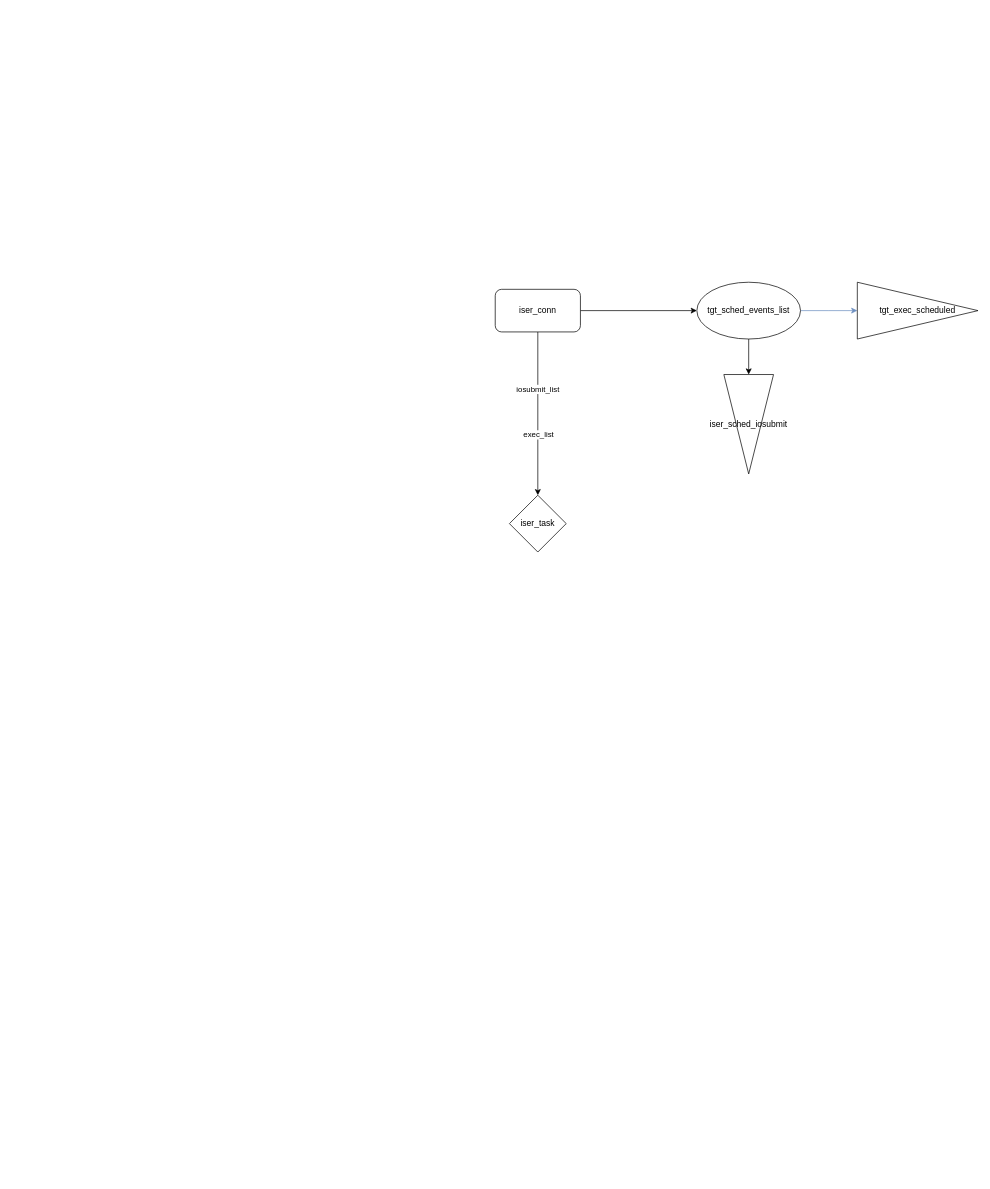
Before: 未命名绘图.drawio in SetpOnGround/Drift-Bottle, a draw.io diagram. Source tidied: cells renumbered, new cells numbered last; positions are measured from the earlier drawing's top-left corner, leaving out a move shared by most shapes. Both pictures are drawn from the tidied source at 71%, with x=0, y=0 at pixel (495, 282).
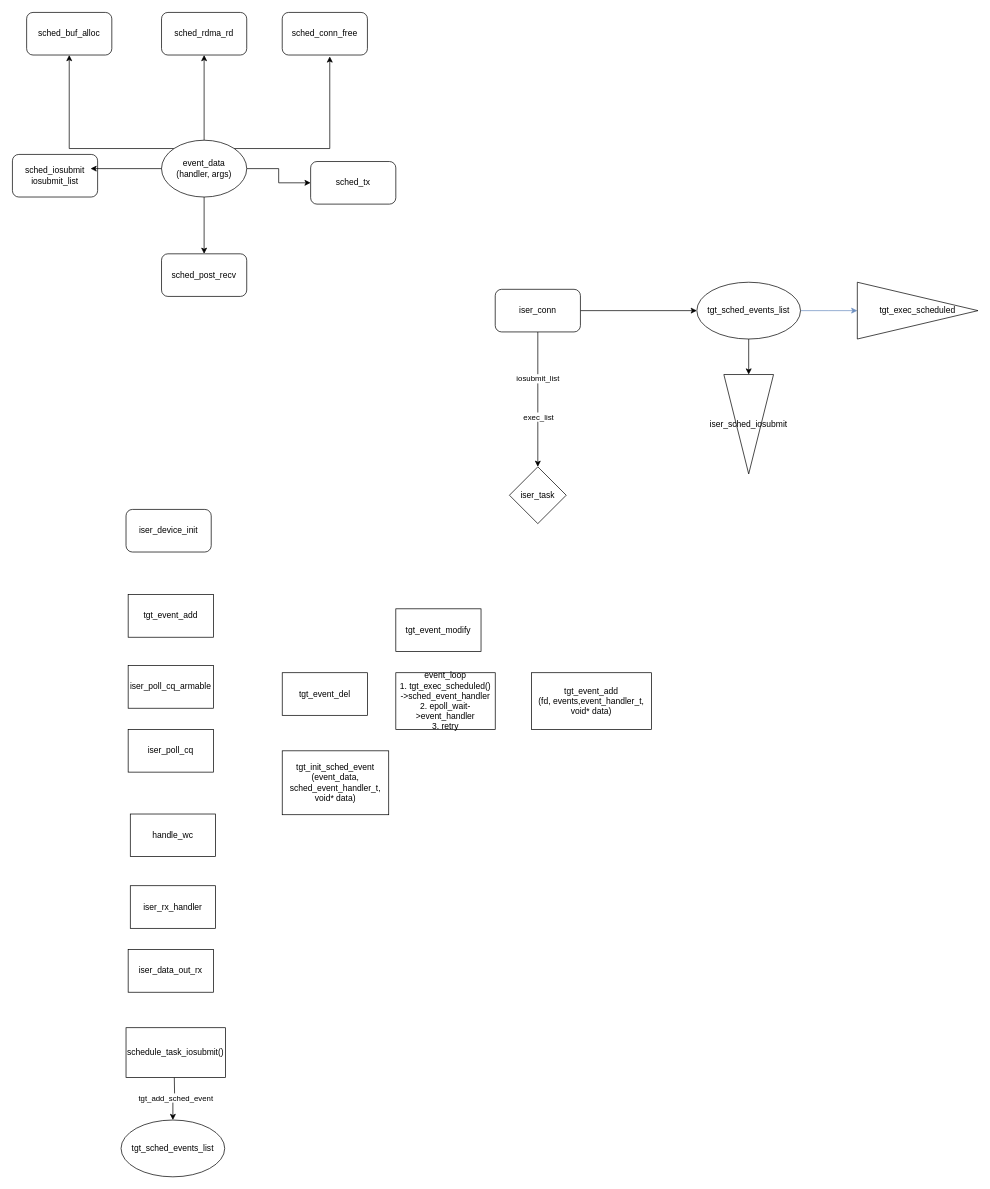
The same diagram, later.

Commit message:
更新未命名绘图.drawio

The edit, as a diff of the source:
```diff
@@
     <mxCell id="7" value="iser_task" style="rhombus;whiteSpace=wrap;html=1;" parent="1" vertex="1">
-      <mxGeometry x="20" y="300" width="80" height="80" as="geometry" />
+      <mxGeometry x="20" y="260" width="80" height="80" as="geometry" />
     </mxCell>
@@
+    <mxCell id="13" style="edgeStyle=orthogonalEdgeStyle;rounded=0;jettySize=auto;html=1;entryX=0;entryY=0.5;entryDx=0;entryDy=0;" parent="1" edge="1" source="17" target="23">
+      <mxGeometry relative="1" as="geometry" />
+    </mxCell>
+    <mxCell id="14" style="edgeStyle=orthogonalEdgeStyle;rounded=0;jettySize=auto;html=1;exitX=0.5;exitY=1;exitDx=0;exitDy=0;" parent="1" edge="1" source="17" target="18">
+      <mxGeometry relative="1" as="geometry" />
+    </mxCell>
+    <mxCell id="15" style="edgeStyle=orthogonalEdgeStyle;rounded=0;jettySize=auto;html=1;" parent="1" edge="1" source="17" target="21">
+      <mxGeometry relative="1" as="geometry" />
+    </mxCell>
+    <mxCell id="16" style="edgeStyle=orthogonalEdgeStyle;rounded=0;jettySize=auto;html=1;exitX=0;exitY=0;exitDx=0;exitDy=0;entryX=0.5;entryY=1;entryDx=0;entryDy=0;" parent="1" edge="1" source="17" target="19">
+      <mxGeometry relative="1" as="geometry" />
+    </mxCell>
+    <mxCell id="17" value="event_data&lt;br&gt;(handler, args)" style="ellipse;whiteSpace=wrap;html=1;" parent="1" vertex="1">
+      <mxGeometry x="-470" y="-200" width="120" height="80" as="geometry" />
+    </mxCell>
+    <mxCell id="18" value="sched_post_recv" style="rounded=1;whiteSpace=wrap;html=1;" parent="1" vertex="1">
+      <mxGeometry x="-470" y="-40" width="120" height="60" as="geometry" />
+    </mxCell>
+    <mxCell id="19" value="sched_buf_alloc" style="rounded=1;whiteSpace=wrap;html=1;" parent="1" vertex="1">
+      <mxGeometry x="-660" y="-380" width="120" height="60" as="geometry" />
+    </mxCell>
+    <mxCell id="20" value="sched_iosubmit&lt;br&gt;iosubmit_list" style="rounded=1;whiteSpace=wrap;html=1;" parent="1" vertex="1">
+      <mxGeometry x="-680" y="-180" width="120" height="60" as="geometry" />
+    </mxCell>
+    <mxCell id="21" value="sched_rdma_rd" style="rounded=1;whiteSpace=wrap;html=1;" parent="1" vertex="1">
+      <mxGeometry x="-470" y="-380" width="120" height="60" as="geometry" />
+    </mxCell>
+    <mxCell id="22" value="sched_conn_free" style="rounded=1;whiteSpace=wrap;html=1;" parent="1" vertex="1">
+      <mxGeometry x="-300" y="-380" width="120" height="60" as="geometry" />
+    </mxCell>
+    <mxCell id="23" value="sched_tx" style="rounded=1;whiteSpace=wrap;html=1;" parent="1" vertex="1">
+      <mxGeometry x="-260" y="-170" width="120" height="60" as="geometry" />
+    </mxCell>
+    <mxCell id="24" style="edgeStyle=orthogonalEdgeStyle;rounded=0;jettySize=auto;html=1;exitX=0;exitY=0.5;exitDx=0;exitDy=0;entryX=0.917;entryY=0.333;entryDx=0;entryDy=0;entryPerimeter=0;" parent="1" edge="1" source="17" target="20">
+      <mxGeometry relative="1" as="geometry" />
+    </mxCell>
+    <mxCell id="25" style="edgeStyle=orthogonalEdgeStyle;rounded=0;jettySize=auto;html=1;exitX=1;exitY=0;exitDx=0;exitDy=0;entryX=0.558;entryY=1.033;entryDx=0;entryDy=0;entryPerimeter=0;" parent="1" edge="1" source="17" target="22">
+      <mxGeometry relative="1" as="geometry" />
+    </mxCell>
+    <mxCell id="26" style="edgeStyle=orthogonalEdgeStyle;rounded=0;jettySize=auto;html=1;entryX=0.5;entryY=0;entryDx=0;entryDy=0;" parent="1" edge="1" target="28">
+      <mxGeometry relative="1" as="geometry">
+        <mxPoint x="-452" y="1120" as="sourcePoint" />
+      </mxGeometry>
+    </mxCell>
+    <mxCell id="27" value="tgt_add_sched_event" style="edgeLabel;html=1;align=center;verticalAlign=middle;" parent="26" vertex="1">
+      <mxGeometry x="-0.08" y="1" relative="1" as="geometry" />
+    </mxCell>
+    <mxCell id="28" value="tgt_sched_events_list" style="ellipse;whiteSpace=wrap;html=1;rounded=1;" parent="1" vertex="1">
+      <mxGeometry x="-527" y="1180" width="146" height="80" as="geometry" />
+    </mxCell>
+    <mxCell id="29" value="iser_device_init" style="rounded=1;whiteSpace=wrap;html=1;" parent="1" vertex="1">
+      <mxGeometry x="-520" y="320" width="120" height="60" as="geometry" />
+    </mxCell>
+    <mxCell id="30" value="schedule_task_iosubmit()" style="rounded=0;whiteSpace=wrap;html=1;" parent="1" vertex="1">
+      <mxGeometry x="-520" y="1050" width="140" height="70" as="geometry" />
+    </mxCell>
+    <mxCell id="31" value="tgt_event_add" style="rounded=0;whiteSpace=wrap;html=1;" parent="1" vertex="1">
+      <mxGeometry x="-517" y="440" width="120" height="60" as="geometry" />
+    </mxCell>
+    <mxCell id="32" value="event_loop&lt;br&gt;1. tgt_exec_scheduled()&lt;br&gt;-&amp;gt;sched_event_handler&lt;br&gt;2. epoll_wait-&amp;gt;event_handler&lt;br&gt;3. retry" style="rounded=0;whiteSpace=wrap;html=1;" parent="1" vertex="1">
+      <mxGeometry x="-140" y="550" width="140" height="80" as="geometry" />
+    </mxCell>
+    <mxCell id="33" value="tgt_event_modify" style="rounded=0;whiteSpace=wrap;html=1;" parent="1" vertex="1">
+      <mxGeometry x="-140" y="460" width="120" height="60" as="geometry" />
+    </mxCell>
+    <mxCell id="34" value="tgt_event_add&lt;br&gt;(fd, events,event_handler_t, void* data)" style="rounded=0;whiteSpace=wrap;html=1;" parent="1" vertex="1">
+      <mxGeometry x="51" y="550" width="169" height="80" as="geometry" />
+    </mxCell>
+    <mxCell id="35" value="tgt_event_del" style="rounded=0;whiteSpace=wrap;html=1;" parent="1" vertex="1">
+      <mxGeometry x="-300" y="550" width="120" height="60" as="geometry" />
+    </mxCell>
+    <mxCell id="36" value="iser_data_out_rx" style="rounded=0;whiteSpace=wrap;html=1;" parent="1" vertex="1">
+      <mxGeometry x="-517" y="940" width="120" height="60" as="geometry" />
+    </mxCell>
+    <mxCell id="37" value="iser_rx_handler" style="rounded=0;whiteSpace=wrap;html=1;" parent="1" vertex="1">
+      <mxGeometry x="-514" y="850" width="120" height="60" as="geometry" />
+    </mxCell>
+    <mxCell id="38" value="handle_wc" style="rounded=0;whiteSpace=wrap;html=1;" parent="1" vertex="1">
+      <mxGeometry x="-514" y="749" width="120" height="60" as="geometry" />
+    </mxCell>
+    <mxCell id="39" value="iser_poll_cq" style="rounded=0;whiteSpace=wrap;html=1;" parent="1" vertex="1">
+      <mxGeometry x="-517" y="630" width="120" height="60" as="geometry" />
+    </mxCell>
+    <mxCell id="40" value="iser_poll_cq_armable" style="rounded=0;whiteSpace=wrap;html=1;" parent="1" vertex="1">
+      <mxGeometry x="-517" y="540" width="120" height="60" as="geometry" />
+    </mxCell>
+    <mxCell id="41" value="tgt_init_sched_event&lt;br&gt;(event_data, sched_event_handler_t,&lt;br&gt;void* data)" style="rounded=0;whiteSpace=wrap;html=1;" parent="1" vertex="1">
+      <mxGeometry x="-300" y="660" width="150" height="90" as="geometry" />
+    </mxCell>
```
